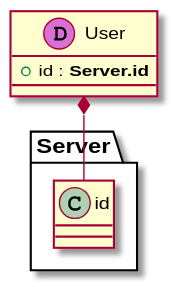
Earlier version of the PlantUML export demo/examples/Data-Model-Diagrams/3_project.svg (anz-bank/sysl). The source it was exported from:
```plantuml
@startuml


class "User" as _0 << (D,orchid) >> {
+ id : **Server.id**
}
_0  *-- " " Server.id
@enduml
```
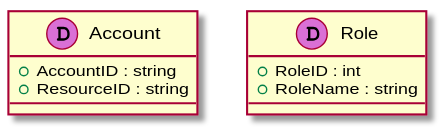
After the change.

The edit, as a diff of the source:
```diff
@@ -1,8 +1,11 @@
 @startuml
 
-
-class "User" as _0 << (D,orchid) >> {
-+ id : **Server.id**
+class "Account" as _0 << (D,orchid) >> {
++ AccountID : string
++ ResourceID : string
 }
-_0  *-- " " Server.id
+class "Role" as _1 << (D,orchid) >> {
++ RoleID : int
++ RoleName : string
+}
 @enduml
```
